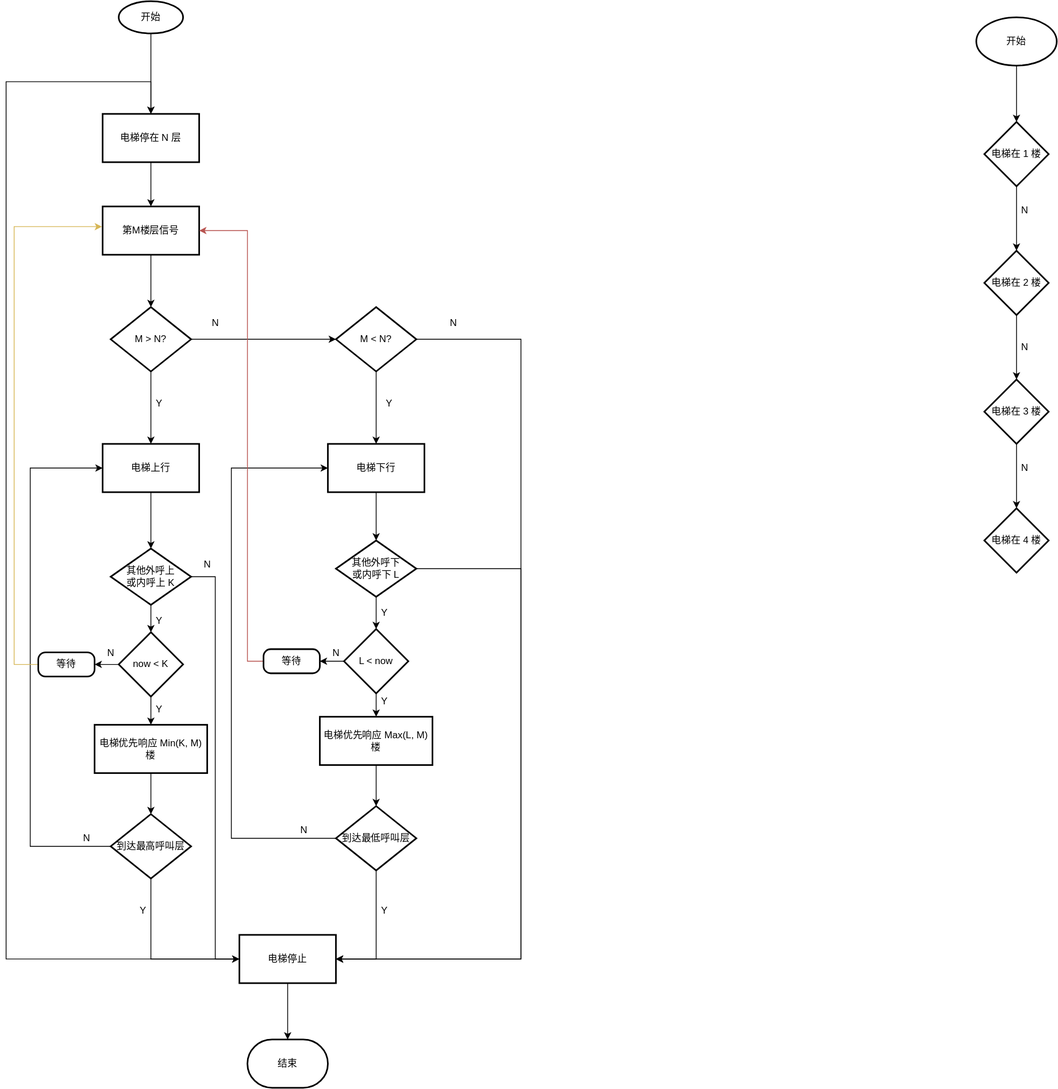
Above: Draw.io/PLC控制四层电梯程序流程图.drawio.svg in InoryLwc/ConfigRepo (draw.io), before the change. Source tidied: cells renumbered, new cells last; positions are measured from the earlier drawing's top-left corner, leaving out a move shared by most shapes.
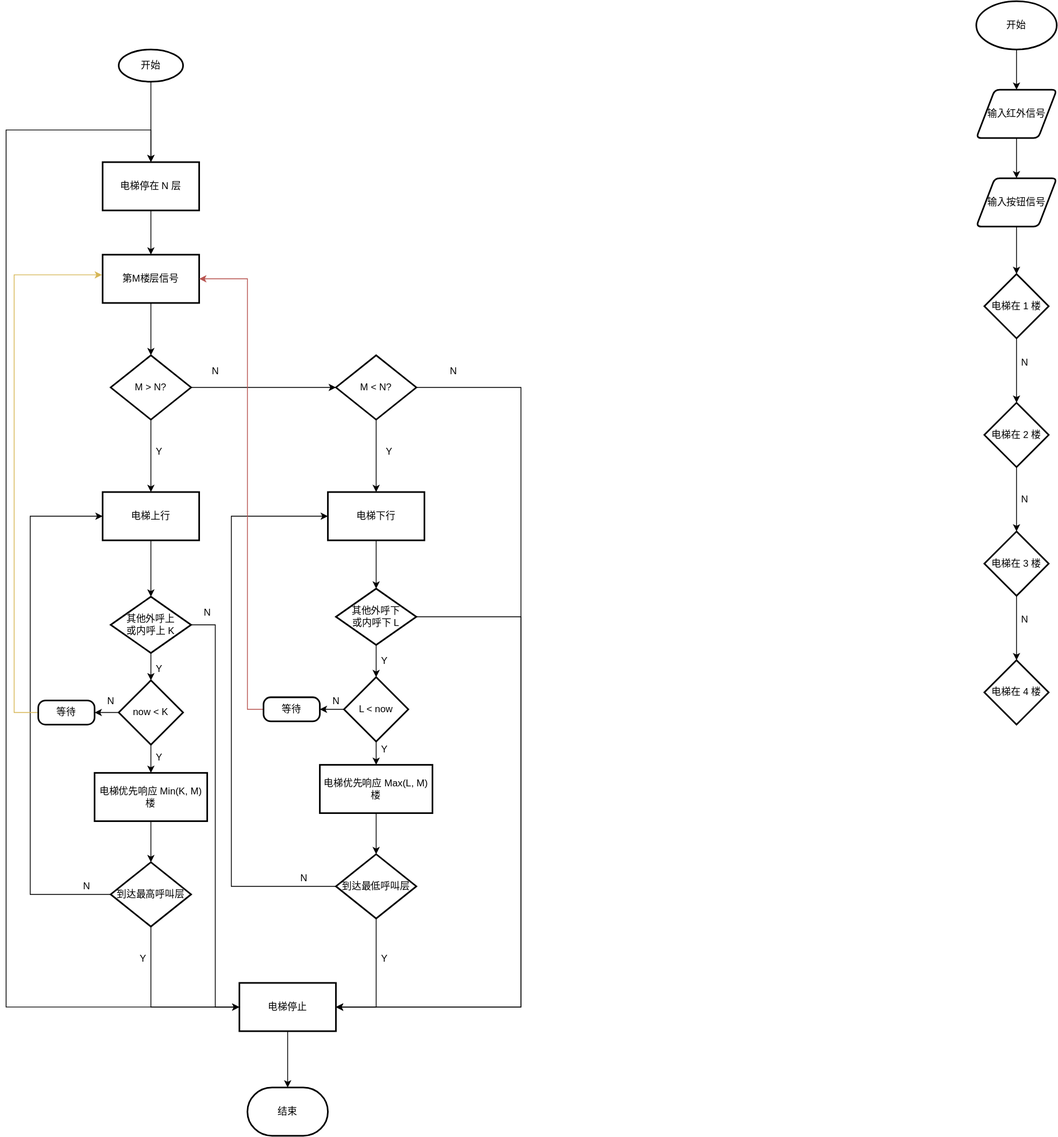
After the commit.

Commit message:
更新PLC控制四层电梯程序流程图.drawio.svg

The edit, as a diff of the source:
```diff
@@ -230,41 +230,53 @@
     <mxCell id="62" value="N" style="text;html=1;align=center;verticalAlign=middle;strokeColor=none;fillColor=none;" parent="1" vertex="1">
       <mxGeometry x="400" y="800" width="20" height="20" as="geometry" />
     </mxCell>
-    <mxCell id="63" style="edgeStyle=orthogonalEdgeStyle;rounded=0;jettySize=auto;html=1;" parent="1" edge="1" source="64" target="66">
-      <mxGeometry relative="1" as="geometry" />
-    </mxCell>
+    <mxCell id="75" style="edgeStyle=orthogonalEdgeStyle;rounded=0;jettySize=auto;html=1;entryX=0.5;entryY=0;entryDx=0;entryDy=0;" parent="1" edge="1" source="64" target="77">
+      <mxGeometry relative="1" as="geometry" />
+    </mxCell>
     <mxCell id="64" value="开始" style="strokeWidth=2;html=1;shape=mxgraph.flowchart.start_1;whiteSpace=wrap;" parent="1" vertex="1">
-      <mxGeometry x="1206" y="20" width="100" height="60" as="geometry" />
+      <mxGeometry x="1206" y="-60" width="100" height="60" as="geometry" />
     </mxCell>
     <mxCell id="65" style="edgeStyle=orthogonalEdgeStyle;rounded=0;jettySize=auto;html=1;" parent="1" edge="1" source="66" target="68">
       <mxGeometry relative="1" as="geometry" />
     </mxCell>
     <mxCell id="66" value="&lt;span&gt;电梯在 1 楼&lt;/span&gt;" style="rhombus;whiteSpace=wrap;html=1;strokeWidth=2;" parent="1" vertex="1">
-      <mxGeometry x="1216" y="150" width="80" height="80" as="geometry" />
+      <mxGeometry x="1216" y="279" width="80" height="80" as="geometry" />
     </mxCell>
     <mxCell id="67" style="edgeStyle=orthogonalEdgeStyle;rounded=0;jettySize=auto;html=1;" parent="1" edge="1" source="68" target="70">
       <mxGeometry relative="1" as="geometry" />
     </mxCell>
     <mxCell id="68" value="&lt;span&gt;电梯在 2 楼&lt;/span&gt;" style="rhombus;whiteSpace=wrap;html=1;strokeWidth=2;" parent="1" vertex="1">
-      <mxGeometry x="1216" y="310" width="80" height="80" as="geometry" />
+      <mxGeometry x="1216" y="439" width="80" height="80" as="geometry" />
     </mxCell>
     <mxCell id="69" style="edgeStyle=orthogonalEdgeStyle;rounded=0;jettySize=auto;html=1;" parent="1" edge="1" source="70" target="74">
       <mxGeometry relative="1" as="geometry" />
     </mxCell>
     <mxCell id="70" value="&lt;span&gt;电梯在 3 楼&lt;/span&gt;" style="rhombus;whiteSpace=wrap;html=1;strokeWidth=2;" parent="1" vertex="1">
-      <mxGeometry x="1216" y="470" width="80" height="80" as="geometry" />
+      <mxGeometry x="1216" y="599" width="80" height="80" as="geometry" />
     </mxCell>
     <mxCell id="71" value="N" style="text;html=1;align=center;verticalAlign=middle;strokeColor=none;fillColor=none;" parent="1" vertex="1">
-      <mxGeometry x="1256" y="250" width="20" height="20" as="geometry" />
+      <mxGeometry x="1256" y="379" width="20" height="20" as="geometry" />
     </mxCell>
     <mxCell id="72" value="N" style="text;html=1;align=center;verticalAlign=middle;strokeColor=none;fillColor=none;" parent="1" vertex="1">
-      <mxGeometry x="1256" y="420" width="20" height="20" as="geometry" />
+      <mxGeometry x="1256" y="549" width="20" height="20" as="geometry" />
     </mxCell>
     <mxCell id="73" value="N" style="text;html=1;align=center;verticalAlign=middle;strokeColor=none;fillColor=none;" parent="1" vertex="1">
-      <mxGeometry x="1256" y="570" width="20" height="20" as="geometry" />
+      <mxGeometry x="1256" y="699" width="20" height="20" as="geometry" />
     </mxCell>
     <mxCell id="74" value="&lt;span&gt;电梯在 4 楼&lt;/span&gt;" style="rhombus;whiteSpace=wrap;html=1;strokeWidth=2;" parent="1" vertex="1">
-      <mxGeometry x="1216" y="630" width="80" height="80" as="geometry" />
+      <mxGeometry x="1216" y="759" width="80" height="80" as="geometry" />
     </mxCell>
+    <mxCell id="76" style="edgeStyle=orthogonalEdgeStyle;rounded=0;jettySize=auto;html=1;" parent="1" edge="1" source="77" target="79">
+      <mxGeometry relative="1" as="geometry" />
+    </mxCell>
+    <mxCell id="77" value="输入红外信号" style="shape=parallelogram;html=1;strokeWidth=2;perimeter=parallelogramPerimeter;whiteSpace=wrap;rounded=1;arcSize=12;size=0.23;" parent="1" vertex="1">
+      <mxGeometry x="1206" y="50" width="100" height="60" as="geometry" />
+    </mxCell>
+    <mxCell id="78" style="edgeStyle=orthogonalEdgeStyle;rounded=0;jettySize=auto;html=1;exitX=0.5;exitY=1;exitDx=0;exitDy=0;" parent="1" edge="1" source="79" target="66">
+      <mxGeometry relative="1" as="geometry" />
+    </mxCell>
+    <mxCell id="79" value="输入按钮信号" style="shape=parallelogram;html=1;strokeWidth=2;perimeter=parallelogramPerimeter;whiteSpace=wrap;rounded=1;arcSize=12;size=0.23;" parent="1" vertex="1">
+      <mxGeometry x="1206" y="160" width="100" height="60" as="geometry" />
+    </mxCell>
   </root>
 </mxGraphModel>
```
